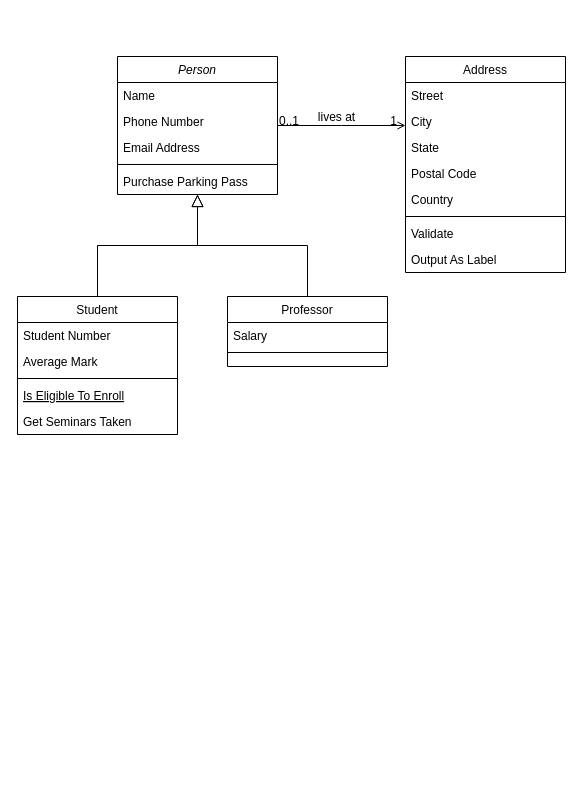
The draw.io diagram Class Diagram Perpus Digital.drawio in RadiMT33/Perpus-Digital-Radi, before the edit. Source tidied: cells renumbered, new cells numbered last; positions are measured from the earlier drawing's top-left corner, leaving out a move shared by most shapes. Both pictures are drawn from the tidied source at 100%, with x=0, y=0 at pixel (17, 56).
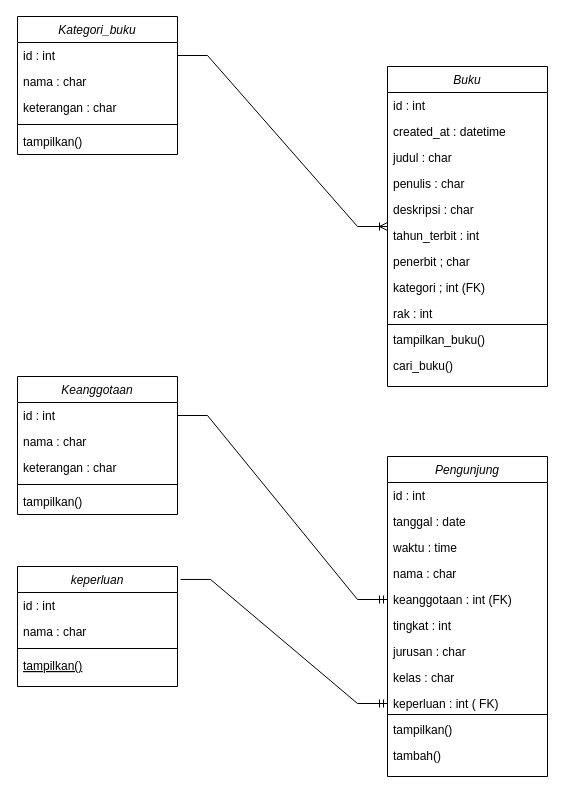
The same diagram, later.

Change to the diagram source:
```diff
@@
-    <mxCell id="2" value="Person" style="swimlane;fontStyle=2;align=center;verticalAlign=top;horizontal=1;startSize=26;rounded=0;shadow=0;strokeWidth=1;" parent="1" vertex="1">
-      <mxGeometry x="100" width="160" height="138" as="geometry" />
+    <mxCell id="2" value="Kategori_buku" style="swimlane;fontStyle=2;align=center;verticalAlign=top;horizontal=1;startSize=26;rounded=0;shadow=0;strokeWidth=1;" parent="1" vertex="1">
+      <mxGeometry y="-40" width="160" height="138" as="geometry" />
     </mxCell>
-    <mxCell id="3" value="Name" style="text;align=left;verticalAlign=top;spacingLeft=4;spacingRight=4;overflow=hidden;points=[[0,0.5],[1,0.5]];portConstraint=eastwest;" parent="2" vertex="1">
+    <mxCell id="3" value="id : int" style="text;align=left;verticalAlign=top;spacingLeft=4;spacingRight=4;overflow=hidden;points=[[0,0.5],[1,0.5]];portConstraint=eastwest;" parent="2" vertex="1">
       <mxGeometry y="26" width="160" height="26" as="geometry" />
     </mxCell>
-    <mxCell id="4" value="Phone Number" style="text;align=left;verticalAlign=top;spacingLeft=4;spacingRight=4;overflow=hidden;rounded=0;shadow=0;html=0;" parent="2" vertex="1">
+    <mxCell id="4" value="nama : char" style="text;align=left;verticalAlign=top;spacingLeft=4;spacingRight=4;overflow=hidden;rounded=0;shadow=0;html=0;" parent="2" vertex="1">
       <mxGeometry y="52" width="160" height="26" as="geometry" />
     </mxCell>
-    <mxCell id="5" value="Email Address" style="text;align=left;verticalAlign=top;spacingLeft=4;spacingRight=4;overflow=hidden;rounded=0;shadow=0;html=0;" parent="2" vertex="1">
+    <mxCell id="5" value="keterangan : char" style="text;align=left;verticalAlign=top;spacingLeft=4;spacingRight=4;overflow=hidden;rounded=0;shadow=0;html=0;" parent="2" vertex="1">
       <mxGeometry y="78" width="160" height="26" as="geometry" />
     </mxCell>
@@
-    <mxCell id="7" value="Purchase Parking Pass" style="text;align=left;verticalAlign=top;spacingLeft=4;spacingRight=4;overflow=hidden;" parent="2" vertex="1">
+    <mxCell id="7" value="tampilkan()" style="text;align=left;verticalAlign=top;spacingLeft=4;spacingRight=4;overflow=hidden;" parent="2" vertex="1">
       <mxGeometry y="112" width="160" height="26" as="geometry" />
     </mxCell>
-    <mxCell id="8" value="Student" style="swimlane;fontStyle=0;align=center;verticalAlign=top;horizontal=1;startSize=26;rounded=0;shadow=0;strokeWidth=1;" parent="1" vertex="1">
-      <mxGeometry y="240" width="160" height="138" as="geometry" />
+    <mxCell id="8" value="keperluan" style="swimlane;fontStyle=2;align=center;verticalAlign=top;horizontal=1;startSize=26;rounded=0;shadow=0;strokeWidth=1;" parent="1" vertex="1">
+      <mxGeometry y="510" width="160" height="120" as="geometry" />
     </mxCell>
-    <mxCell id="9" value="Student Number" style="text;align=left;verticalAlign=top;spacingLeft=4;spacingRight=4;overflow=hidden;" parent="8" vertex="1">
+    <mxCell id="9" value="id : int" style="text;align=left;verticalAlign=top;spacingLeft=4;spacingRight=4;overflow=hidden;" parent="8" vertex="1">
       <mxGeometry y="26" width="160" height="26" as="geometry" />
     </mxCell>
-    <mxCell id="10" value="Average Mark" style="text;align=left;verticalAlign=top;spacingLeft=4;spacingRight=4;overflow=hidden;rounded=0;shadow=0;html=0;" parent="8" vertex="1">
+    <mxCell id="10" value="nama : char" style="text;align=left;verticalAlign=top;spacingLeft=4;spacingRight=4;overflow=hidden;rounded=0;shadow=0;html=0;" parent="8" vertex="1">
       <mxGeometry y="52" width="160" height="26" as="geometry" />
     </mxCell>
@@
-    <mxCell id="12" value="Is Eligible To Enroll" style="text;align=left;verticalAlign=top;spacingLeft=4;spacingRight=4;overflow=hidden;fontStyle=4;" parent="8" vertex="1">
-      <mxGeometry y="86" width="160" height="26" as="geometry" />
+    <mxCell id="12" value="tampilkan()" style="text;align=left;verticalAlign=top;spacingLeft=4;spacingRight=4;overflow=hidden;fontStyle=4;" parent="8" vertex="1">
+      <mxGeometry y="86" width="160" height="24" as="geometry" />
     </mxCell>
-    <mxCell id="13" value="Get Seminars Taken" style="text;align=left;verticalAlign=top;spacingLeft=4;spacingRight=4;overflow=hidden;" parent="8" vertex="1">
-      <mxGeometry y="112" width="160" height="26" as="geometry" />
-    </mxCell>
-    <mxCell id="14" style="endArrow=block;endSize=10;endFill=0;shadow=0;strokeWidth=1;rounded=0;edgeStyle=elbowEdgeStyle;elbow=vertical;" parent="1" edge="1" source="8" target="2">
-      <mxGeometry relative="1" as="geometry" />
-    </mxCell>
-    <mxCell id="15" value="Professor" style="swimlane;fontStyle=0;align=center;verticalAlign=top;horizontal=1;startSize=26;rounded=0;shadow=0;strokeWidth=1;" parent="1" vertex="1">
-      <mxGeometry x="210" y="240" width="160" height="70" as="geometry" />
-    </mxCell>
-    <mxCell id="16" value="Salary" style="text;align=left;verticalAlign=top;spacingLeft=4;spacingRight=4;overflow=hidden;" parent="15" vertex="1">
-      <mxGeometry y="26" width="160" height="26" as="geometry" />
-    </mxCell>
-    <mxCell id="17" style="line;html=1;strokeWidth=1;align=left;verticalAlign=middle;spacingTop=-1;spacingLeft=3;spacingRight=3;labelPosition=right;" parent="15" vertex="1">
-      <mxGeometry y="52" width="160" height="8" as="geometry" />
-    </mxCell>
-    <mxCell id="18" style="endArrow=block;endSize=10;endFill=0;shadow=0;strokeWidth=1;rounded=0;edgeStyle=elbowEdgeStyle;elbow=vertical;" parent="1" edge="1" source="15" target="2">
-      <mxGeometry relative="1" as="geometry" />
-    </mxCell>
+    <mxCell id="32" style="group;" parent="1" vertex="1">
+      <mxGeometry x="370" y="10" width="160" height="320" as="geometry" />
+    </mxCell>
-    <mxCell id="19" value="Address" style="swimlane;fontStyle=0;align=center;verticalAlign=top;horizontal=1;startSize=26;rounded=0;shadow=0;strokeWidth=1;" parent="1" vertex="1">
-      <mxGeometry x="388" width="160" height="216" as="geometry" />
+    <mxCell id="19" value="Buku" style="swimlane;fontStyle=2;align=center;verticalAlign=top;horizontal=1;startSize=26;rounded=0;shadow=0;strokeWidth=1;" parent="32" vertex="1">
+      <mxGeometry width="160" height="320" as="geometry" />
     </mxCell>
-    <mxCell id="20" value="Street" style="text;align=left;verticalAlign=top;spacingLeft=4;spacingRight=4;overflow=hidden;" parent="19" vertex="1">
+    <mxCell id="20" value="id : int" style="text;align=left;verticalAlign=top;spacingLeft=4;spacingRight=4;overflow=hidden;" parent="19" vertex="1">
       <mxGeometry y="26" width="160" height="26" as="geometry" />
     </mxCell>
-    <mxCell id="21" value="City" style="text;align=left;verticalAlign=top;spacingLeft=4;spacingRight=4;overflow=hidden;rounded=0;shadow=0;html=0;" parent="19" vertex="1">
+    <mxCell id="21" value="created_at : datetime" style="text;align=left;verticalAlign=top;spacingLeft=4;spacingRight=4;overflow=hidden;rounded=0;shadow=0;html=0;" parent="19" vertex="1">
       <mxGeometry y="52" width="160" height="26" as="geometry" />
     </mxCell>
-    <mxCell id="22" value="State" style="text;align=left;verticalAlign=top;spacingLeft=4;spacingRight=4;overflow=hidden;rounded=0;shadow=0;html=0;" parent="19" vertex="1">
+    <mxCell id="22" value="judul : char" style="text;align=left;verticalAlign=top;spacingLeft=4;spacingRight=4;overflow=hidden;rounded=0;shadow=0;html=0;" parent="19" vertex="1">
       <mxGeometry y="78" width="160" height="26" as="geometry" />
     </mxCell>
-    <mxCell id="23" value="Postal Code" style="text;align=left;verticalAlign=top;spacingLeft=4;spacingRight=4;overflow=hidden;rounded=0;shadow=0;html=0;" parent="19" vertex="1">
+    <mxCell id="23" value="penulis : char" style="text;align=left;verticalAlign=top;spacingLeft=4;spacingRight=4;overflow=hidden;rounded=0;shadow=0;html=0;" parent="19" vertex="1">
       <mxGeometry y="104" width="160" height="26" as="geometry" />
     </mxCell>
-    <mxCell id="24" value="Country" style="text;align=left;verticalAlign=top;spacingLeft=4;spacingRight=4;overflow=hidden;rounded=0;shadow=0;html=0;" parent="19" vertex="1">
+    <mxCell id="24" value="deskripsi : char" style="text;align=left;verticalAlign=top;spacingLeft=4;spacingRight=4;overflow=hidden;rounded=0;shadow=0;html=0;" parent="19" vertex="1">
       <mxGeometry y="130" width="160" height="26" as="geometry" />
     </mxCell>
-    <mxCell id="25" style="line;html=1;strokeWidth=1;align=left;verticalAlign=middle;spacingTop=-1;spacingLeft=3;spacingRight=3;labelPosition=right;" parent="19" vertex="1">
-      <mxGeometry y="156" width="160" height="8" as="geometry" />
-    </mxCell>
-    <mxCell id="26" value="Validate" style="text;align=left;verticalAlign=top;spacingLeft=4;spacingRight=4;overflow=hidden;" parent="19" vertex="1">
-      <mxGeometry y="164" width="160" height="26" as="geometry" />
-    </mxCell>
-    <mxCell id="27" value="Output As Label" style="text;align=left;verticalAlign=top;spacingLeft=4;spacingRight=4;overflow=hidden;" parent="19" vertex="1">
-      <mxGeometry y="190" width="160" height="26" as="geometry" />
-    </mxCell>
-    <mxCell id="28" style="endArrow=open;shadow=0;strokeWidth=1;rounded=0;endFill=1;edgeStyle=elbowEdgeStyle;elbow=vertical;" parent="1" edge="1" source="2" target="19">
-      <mxGeometry x="0.5" y="41" relative="1" as="geometry">
-        <mxPoint x="-40" y="32" as="offset" />
-      </mxGeometry>
-    </mxCell>
-    <mxCell id="29" value="0..1" style="align=left;verticalAlign=bottom;labelBackgroundColor=none;fontSize=12;" parent="28" vertex="1">
-      <mxGeometry x="-1" relative="1" as="geometry">
-        <mxPoint y="4" as="offset" />
-      </mxGeometry>
-    </mxCell>
-    <mxCell id="30" value="1" style="align=right;verticalAlign=bottom;labelBackgroundColor=none;fontSize=12;" parent="28" vertex="1">
-      <mxGeometry x="1" relative="1" as="geometry">
-        <mxPoint x="-7" y="4" as="offset" />
-      </mxGeometry>
-    </mxCell>
-    <mxCell id="31" value="lives at" style="text;html=1;align=center;verticalAlign=middle;labelBackgroundColor=none;rounded=0;shadow=0;strokeWidth=1;fontSize=12;" parent="28" vertex="1">
-      <mxGeometry x="0.5" y="49" relative="1" as="geometry">
-        <mxPoint x="-38" y="40" as="offset" />
-      </mxGeometry>
-    </mxCell>
+    <mxCell id="33" value="tahun_terbit : int" style="text;align=left;verticalAlign=top;spacingLeft=4;spacingRight=4;overflow=hidden;rounded=0;shadow=0;html=0;" parent="19" vertex="1">
+      <mxGeometry y="156" width="160" height="26" as="geometry" />
+    </mxCell>
+    <mxCell id="34" value="penerbit ; char" style="text;align=left;verticalAlign=top;spacingLeft=4;spacingRight=4;overflow=hidden;rounded=0;shadow=0;html=0;" parent="19" vertex="1">
+      <mxGeometry y="182" width="160" height="26" as="geometry" />
+    </mxCell>
+    <mxCell id="35" value="kategori ; int (FK)" style="text;align=left;verticalAlign=top;spacingLeft=4;spacingRight=4;overflow=hidden;rounded=0;shadow=0;html=0;" parent="19" vertex="1">
+      <mxGeometry y="208" width="160" height="26" as="geometry" />
+    </mxCell>
+    <mxCell id="36" value="rak : int" style="text;align=left;verticalAlign=top;spacingLeft=4;spacingRight=4;overflow=hidden;rounded=0;shadow=0;html=0;" parent="19" vertex="1">
+      <mxGeometry y="234" width="160" height="26" as="geometry" />
+    </mxCell>
+    <mxCell id="37" value="tampilkan_buku()" style="text;align=left;verticalAlign=top;spacingLeft=4;spacingRight=4;overflow=hidden;rounded=0;shadow=0;html=0;" parent="19" vertex="1">
+      <mxGeometry y="260" width="160" height="26" as="geometry" />
+    </mxCell>
+    <mxCell id="38" value="cari_buku()" style="text;align=left;verticalAlign=top;spacingLeft=4;spacingRight=4;overflow=hidden;rounded=0;shadow=0;html=0;" parent="19" vertex="1">
+      <mxGeometry y="286" width="160" height="34" as="geometry" />
+    </mxCell>
+    <mxCell id="39" style="line;html=1;strokeWidth=1;align=left;verticalAlign=middle;spacingTop=-1;spacingLeft=3;spacingRight=3;labelPosition=right;" parent="32" vertex="1">
+      <mxGeometry y="254" width="160" height="8" as="geometry" />
+    </mxCell>
+    <mxCell id="40" style="group;" parent="1" vertex="1">
+      <mxGeometry x="370" y="400" width="160" height="320" as="geometry" />
+    </mxCell>
+    <mxCell id="41" value="Pengunjung" style="swimlane;fontStyle=2;align=center;verticalAlign=top;horizontal=1;startSize=26;rounded=0;shadow=0;strokeWidth=1;" parent="40" vertex="1">
+      <mxGeometry width="160" height="320" as="geometry" />
+    </mxCell>
+    <mxCell id="42" value="id : int" style="text;align=left;verticalAlign=top;spacingLeft=4;spacingRight=4;overflow=hidden;" parent="41" vertex="1">
+      <mxGeometry y="26" width="160" height="26" as="geometry" />
+    </mxCell>
+    <mxCell id="43" value="tanggal : date" style="text;align=left;verticalAlign=top;spacingLeft=4;spacingRight=4;overflow=hidden;rounded=0;shadow=0;html=0;" parent="41" vertex="1">
+      <mxGeometry y="52" width="160" height="26" as="geometry" />
+    </mxCell>
+    <mxCell id="44" value="waktu : time" style="text;align=left;verticalAlign=top;spacingLeft=4;spacingRight=4;overflow=hidden;rounded=0;shadow=0;html=0;" parent="41" vertex="1">
+      <mxGeometry y="78" width="160" height="26" as="geometry" />
+    </mxCell>
+    <mxCell id="45" value="nama : char" style="text;align=left;verticalAlign=top;spacingLeft=4;spacingRight=4;overflow=hidden;rounded=0;shadow=0;html=0;" parent="41" vertex="1">
+      <mxGeometry y="104" width="160" height="26" as="geometry" />
+    </mxCell>
+    <mxCell id="46" value="keanggotaan : int (FK)" style="text;align=left;verticalAlign=top;spacingLeft=4;spacingRight=4;overflow=hidden;points=[[0,0.5],[1,0.5]];portConstraint=eastwest;rounded=0;shadow=0;html=0;" parent="41" vertex="1">
+      <mxGeometry y="130" width="160" height="26" as="geometry" />
+    </mxCell>
+    <mxCell id="47" value="tingkat : int" style="text;align=left;verticalAlign=top;spacingLeft=4;spacingRight=4;overflow=hidden;rounded=0;shadow=0;html=0;" parent="41" vertex="1">
+      <mxGeometry y="156" width="160" height="26" as="geometry" />
+    </mxCell>
+    <mxCell id="48" value="jurusan : char" style="text;align=left;verticalAlign=top;spacingLeft=4;spacingRight=4;overflow=hidden;rounded=0;shadow=0;html=0;" parent="41" vertex="1">
+      <mxGeometry y="182" width="160" height="26" as="geometry" />
+    </mxCell>
+    <mxCell id="49" value="kelas : char" style="text;align=left;verticalAlign=top;spacingLeft=4;spacingRight=4;overflow=hidden;rounded=0;shadow=0;html=0;" parent="41" vertex="1">
+      <mxGeometry y="208" width="160" height="26" as="geometry" />
+    </mxCell>
+    <mxCell id="50" value="keperluan : int ( FK)" style="text;align=left;verticalAlign=top;spacingLeft=4;spacingRight=4;overflow=hidden;points=[[0,0.5],[1,0.5]];portConstraint=eastwest;rounded=0;shadow=0;html=0;" parent="41" vertex="1">
+      <mxGeometry y="234" width="160" height="26" as="geometry" />
+    </mxCell>
+    <mxCell id="51" value="tampilkan()" style="text;align=left;verticalAlign=top;spacingLeft=4;spacingRight=4;overflow=hidden;rounded=0;shadow=0;html=0;" parent="41" vertex="1">
+      <mxGeometry y="260" width="160" height="26" as="geometry" />
+    </mxCell>
+    <mxCell id="52" value="tambah()" style="text;align=left;verticalAlign=top;spacingLeft=4;spacingRight=4;overflow=hidden;rounded=0;shadow=0;html=0;" parent="41" vertex="1">
+      <mxGeometry y="286" width="160" height="34" as="geometry" />
+    </mxCell>
+    <mxCell id="53" style="line;html=1;strokeWidth=1;align=left;verticalAlign=middle;spacingTop=-1;spacingLeft=3;spacingRight=3;labelPosition=right;" parent="40" vertex="1">
+      <mxGeometry y="254" width="160" height="8" as="geometry" />
+    </mxCell>
+    <mxCell id="54" value="Keanggotaan" style="swimlane;fontStyle=2;align=center;verticalAlign=top;horizontal=1;startSize=26;rounded=0;shadow=0;strokeWidth=1;" parent="1" vertex="1">
+      <mxGeometry y="320" width="160" height="138" as="geometry" />
+    </mxCell>
+    <mxCell id="55" value="id : int" style="text;align=left;verticalAlign=top;spacingLeft=4;spacingRight=4;overflow=hidden;points=[[0,0.5],[1,0.5]];portConstraint=eastwest;" parent="54" vertex="1">
+      <mxGeometry y="26" width="160" height="26" as="geometry" />
+    </mxCell>
+    <mxCell id="56" value="nama : char" style="text;align=left;verticalAlign=top;spacingLeft=4;spacingRight=4;overflow=hidden;rounded=0;shadow=0;html=0;" parent="54" vertex="1">
+      <mxGeometry y="52" width="160" height="26" as="geometry" />
+    </mxCell>
+    <mxCell id="57" value="keterangan : char" style="text;align=left;verticalAlign=top;spacingLeft=4;spacingRight=4;overflow=hidden;rounded=0;shadow=0;html=0;" parent="54" vertex="1">
+      <mxGeometry y="78" width="160" height="26" as="geometry" />
+    </mxCell>
+    <mxCell id="58" style="line;html=1;strokeWidth=1;align=left;verticalAlign=middle;spacingTop=-1;spacingLeft=3;spacingRight=3;labelPosition=right;" parent="54" vertex="1">
+      <mxGeometry y="104" width="160" height="8" as="geometry" />
+    </mxCell>
+    <mxCell id="59" value="tampilkan()" style="text;align=left;verticalAlign=top;spacingLeft=4;spacingRight=4;overflow=hidden;" parent="54" vertex="1">
+      <mxGeometry y="112" width="160" height="26" as="geometry" />
+    </mxCell>
+    <mxCell id="60" style="edgeStyle=entityRelationEdgeStyle;fontSize=12;html=1;endArrow=ERoneToMany;rounded=0;" parent="1" edge="1" source="3" target="19">
+      <mxGeometry relative="1" as="geometry">
+        <Array as="points">
+          <mxPoint x="163" y="10" />
+          <mxPoint x="180" y="-26" />
+          <mxPoint x="230" y="90" />
+          <mxPoint x="310" y="210" />
+          <mxPoint x="260" y="80" />
+        </Array>
+      </mxGeometry>
+    </mxCell>
+    <mxCell id="61" style="edgeStyle=entityRelationEdgeStyle;fontSize=12;html=1;endArrow=ERmandOne;rounded=0;entryX=0;entryY=0.5;entryDx=0;entryDy=0;" parent="1" edge="1" source="55" target="46">
+      <mxGeometry relative="1" as="geometry" />
+    </mxCell>
+    <mxCell id="62" style="edgeStyle=entityRelationEdgeStyle;fontSize=12;html=1;endArrow=ERmandOne;rounded=0;exitX=1.019;exitY=0.108;exitDx=0;exitDy=0;exitPerimeter=0;entryX=0;entryY=0.5;entryDx=0;entryDy=0;" parent="1" edge="1" source="8" target="50">
+      <mxGeometry relative="1" as="geometry" />
+    </mxCell>
```
